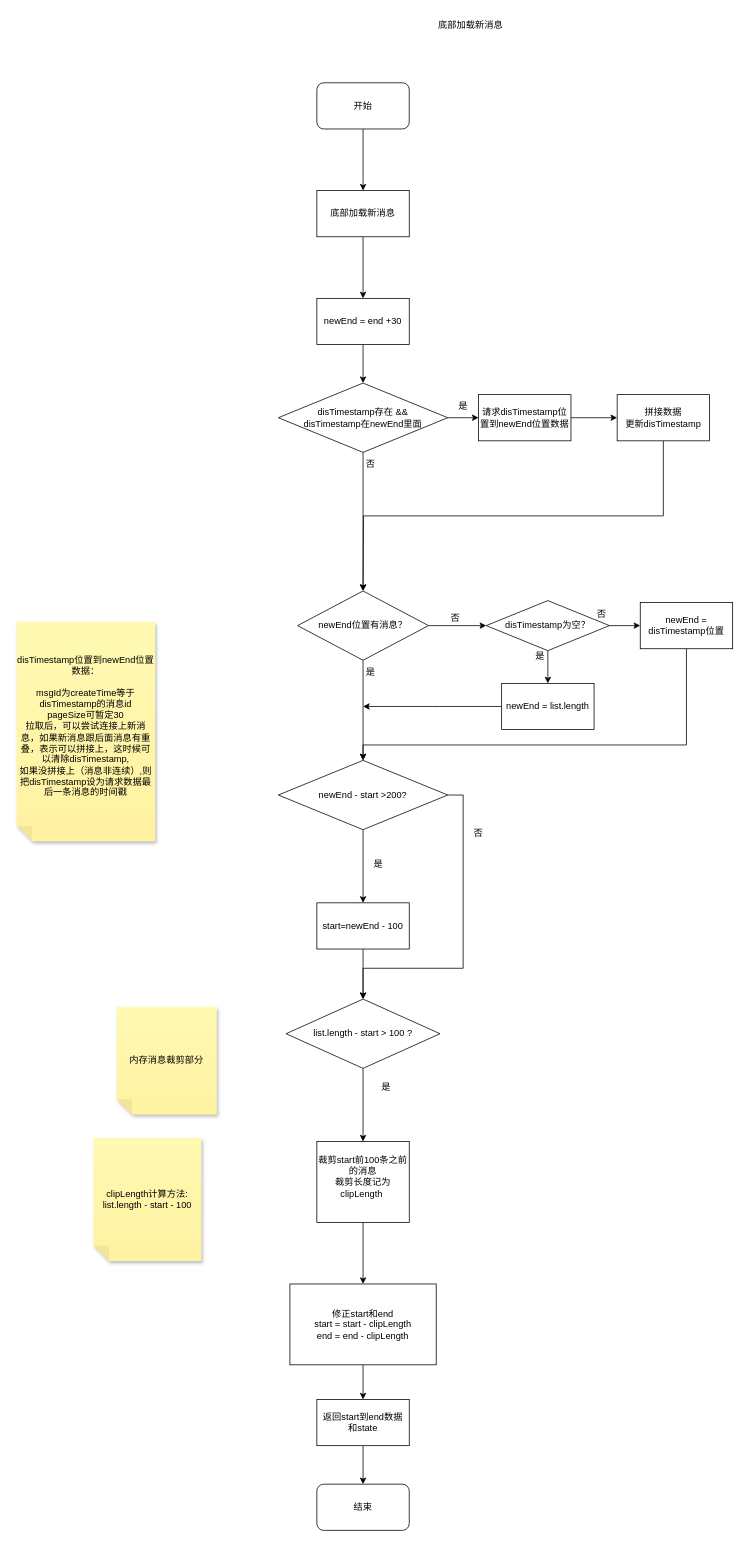
Above: 非连续存储底部加载新消息.drawio in ccccccp/draw-io (draw.io), before the change. Source tidied: cells renumbered, new cells numbered last; positions are measured from the earlier drawing's top-left corner, leaving out a move shared by most shapes. Both pictures are drawn from the tidied source at 77%, with x=0, y=0 at pixel (16, 13).
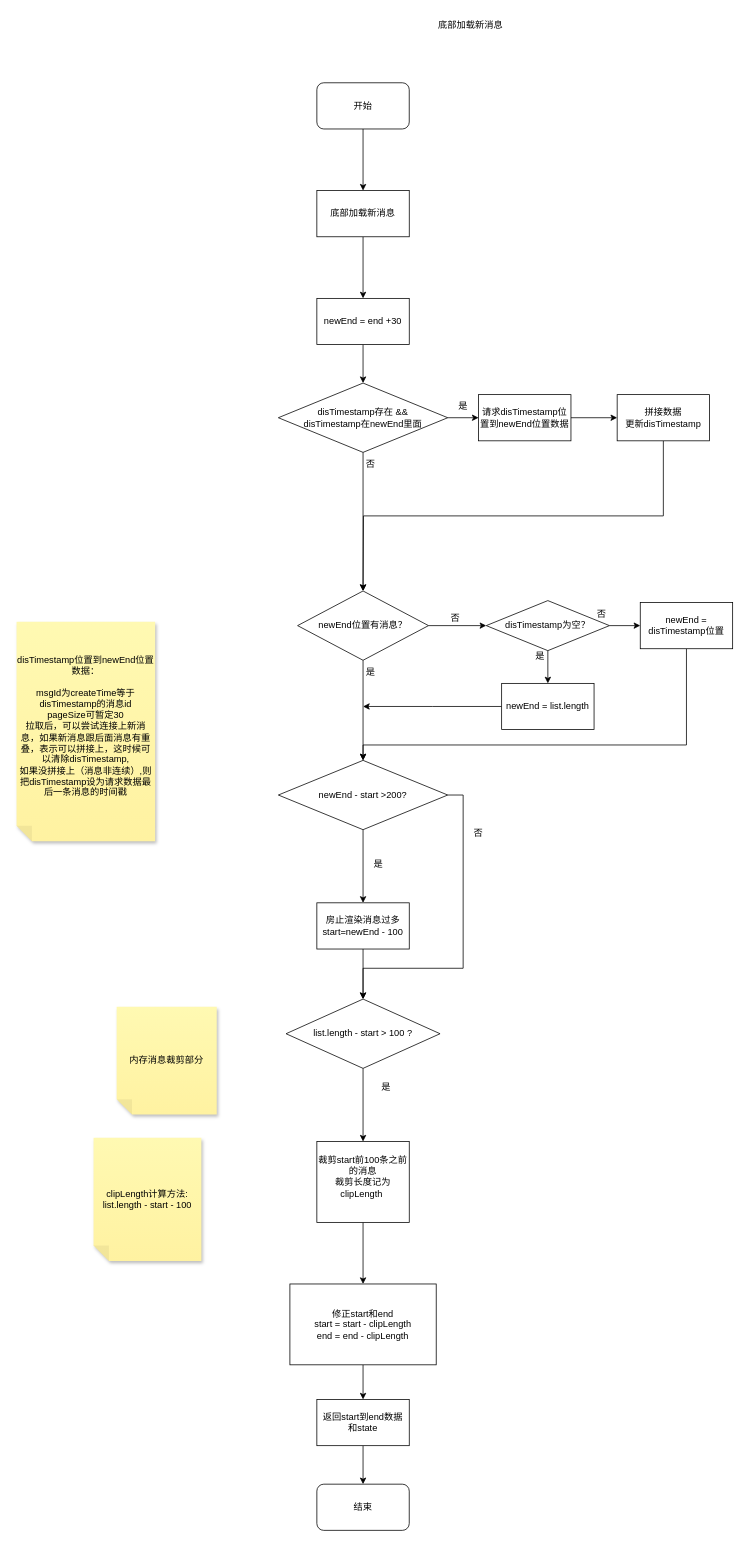
Above is the later version.

Commit message (it also covers changes not shown here):
更新非连续存储底部加载新消息.drawio

Diff of the diagram source:
```diff
@@
-    <mxCell id="27" value="start=newEnd - 100" style="whiteSpace=wrap;html=1;rounded=0;" parent="1" vertex="1">
+    <mxCell id="27" value="房止渲染消息过多&lt;br&gt;start=newEnd - 100" style="whiteSpace=wrap;html=1;rounded=0;" parent="1" vertex="1">
       <mxGeometry x="390" y="1155" width="120" height="60" as="geometry" />
     </mxCell>
```
